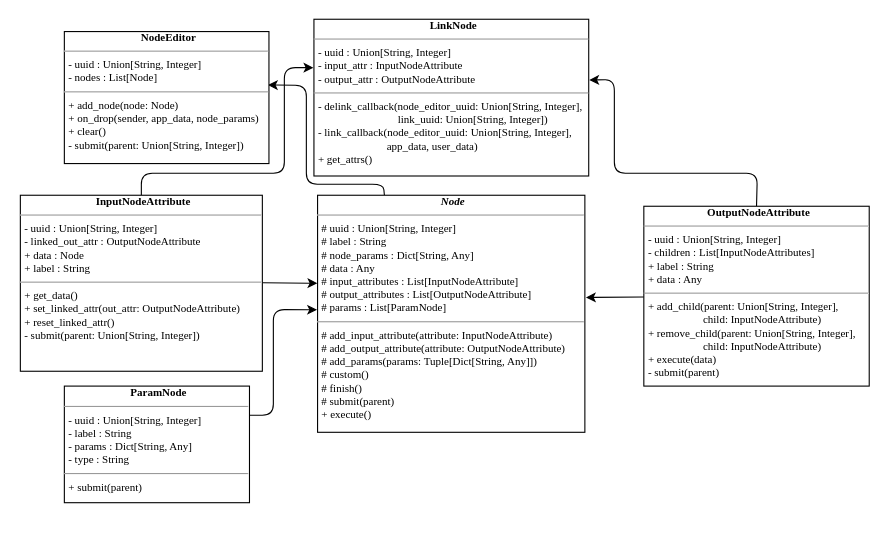
This is page "nodes" (2 of 4) of classes.drawio from Luzinsan/Neural-Network-Constructor, a draw.io file, before an edit. Source tidied: cells renumbered, new cells numbered last; positions are measured from the earlier drawing's top-left corner, leaving out a move shared by most shapes. Both pictures are drawn from the tidied source at 110%, with x=0, y=0 at pixel (20, 19).
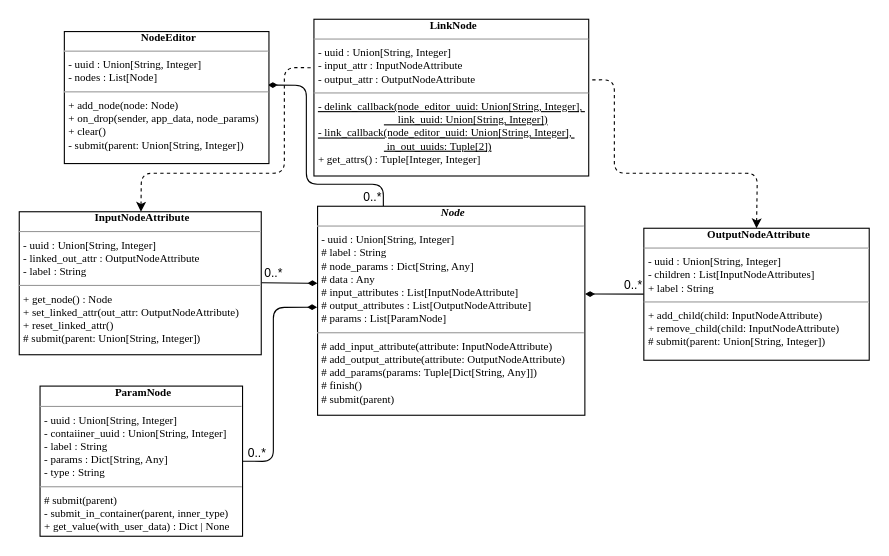
After the change.

The change refers to these unchanged cells:
```xml
<mxCell id="8" value="&lt;p style=&quot;text-align: center; margin: 0px 0px 0px 4px; font-size: 10px; font-family: Times, serif; color: rgb(0, 0, 0);&quot;&gt;&lt;b&gt;NodeEditor&lt;/b&gt;&lt;/p&gt;&lt;hr size=&quot;1&quot;&gt;&lt;p style=&quot;margin:0px;text-align:start;margin-left:4px;;font-size:10.0px;font-family:Times,serif;color:#000000;&quot;&gt;- uuid : Union[String, Integer]&lt;br&gt;&lt;/p&gt;&lt;p style=&quot;margin:0px;text-align:start;margin-left:4px;;font-size:10.0px;font-family:Times,serif;color:#000000;&quot;&gt;- nodes : List[Node]&lt;br&gt;&lt;/p&gt;&lt;hr size=&quot;1&quot;&gt;&lt;p style=&quot;margin:0px;text-align:start;margin-left:4px;;font-size:10.0px;font-family:Times,serif;color:#000000;&quot;&gt;+ add_node(node: Node)&lt;br&gt;+ on_drop(sender, app_data, node_params)&lt;/p&gt;&lt;p style=&quot;margin:0px;text-align:start;margin-left:4px;;font-size:10.0px;font-family:Times,serif;color:#000000;&quot;&gt;+ clear()&lt;br&gt;- submit(parent: Union[String, Integer])&lt;/p&gt;" style="verticalAlign=top;align=left;overflow=fill;html=1;rounded=0;shadow=0;comic=0;labelBackgroundColor=none;strokeColor=black;strokeWidth=1;fillColor=#ffffff;" parent="1" vertex="1">
  <mxGeometry x="40" y="11.2" width="186" height="120" as="geometry" />
</mxCell>
```

What changed in the source:
```diff
@@
-    <mxCell id="2" style="edgeStyle=none;html=1;entryX=0.995;entryY=0.405;entryDx=0;entryDy=0;endArrow=classic;endFill=1;exitX=0.25;exitY=0;exitDx=0;exitDy=0;entryPerimeter=0;" parent="1" edge="1" source="3" target="8">
+    <mxCell id="2" style="edgeStyle=none;html=1;entryX=0.995;entryY=0.405;entryDx=0;entryDy=0;endArrow=diamondThin;endFill=1;entryPerimeter=0;" parent="1" edge="1" target="8">
       <mxGeometry relative="1" as="geometry">
+        <mxPoint x="330" y="170" as="sourcePoint" />
         <Array as="points">
           <mxPoint x="330" y="150" />
           <mxPoint x="260" y="150" />
           <mxPoint x="260" y="60" />
         </Array>
       </mxGeometry>
     </mxCell>
+    <mxCell id="14" value="0..*" style="edgeLabel;html=1;align=center;verticalAlign=middle;" parent="2" vertex="1">
+      <mxGeometry x="-0.92" relative="1" as="geometry">
+        <mxPoint x="-11" as="offset" />
+      </mxGeometry>
+    </mxCell>
-    <mxCell id="3" value="&lt;p style=&quot;text-align: center; margin: 0px 0px 0px 4px; font-size: 10px; font-family: Times, serif; color: rgb(0, 0, 0);&quot;&gt;&lt;b&gt;&lt;i&gt;Node&lt;/i&gt;&lt;/b&gt;&lt;/p&gt;&lt;hr size=&quot;1&quot;&gt;&lt;p style=&quot;margin:0px;text-align:start;margin-left:4px;;font-size:10.0px;font-family:Times,serif;color:#000000;&quot;&gt;# uuid : Union[String, Integer]&lt;br&gt;&lt;/p&gt;&lt;p style=&quot;margin:0px;text-align:start;margin-left:4px;;font-size:10.0px;font-family:Times,serif;color:#000000;&quot;&gt;# label : String&lt;br style=&quot;border-color: var(--border-color);&quot;&gt;# node_params : Dict[String, Any]&lt;br&gt;&lt;/p&gt;&lt;p style=&quot;margin:0px;text-align:start;margin-left:4px;;font-size:10.0px;font-family:Times,serif;color:#000000;&quot;&gt;# data : Any&lt;br&gt;# input_attributes : List[InputNodeAttribute]&lt;br&gt;# output_attributes : List[OutputNodeAttribute]&lt;br&gt;# params : List[ParamNode]&lt;br&gt;&lt;/p&gt;&lt;hr size=&quot;1&quot;&gt;&lt;p style=&quot;margin:0px;text-align:start;margin-left:4px;;font-size:10.0px;font-family:Times,serif;color:#000000;&quot;&gt;# add_input_attribute(attribute: InputNodeAttribute)&lt;br&gt;# add_output_attribute(attribute: OutputNodeAttribute)&lt;br&gt;# add_params(params: Tuple[Dict[String, Any]])&lt;br&gt;# custom()&amp;nbsp;&lt;br&gt;# finish()&amp;nbsp;&amp;nbsp;&lt;br&gt;&lt;/p&gt;&lt;p style=&quot;margin:0px;text-align:start;margin-left:4px;;font-size:10.0px;font-family:Times,serif;color:#000000;&quot;&gt;# submit(parent)&lt;br&gt;&lt;/p&gt;&lt;p style=&quot;margin:0px;text-align:start;margin-left:4px;;font-size:10.0px;font-family:Times,serif;color:#000000;&quot;&gt;+ execute()&amp;nbsp;&lt;br&gt;&lt;/p&gt;" style="verticalAlign=top;align=left;overflow=fill;html=1;rounded=0;shadow=0;comic=0;labelBackgroundColor=none;strokeColor=black;strokeWidth=1;fillColor=#ffffff;" parent="1" vertex="1">
-      <mxGeometry x="270.2" y="160" width="243" height="215.5" as="geometry" />
+    <mxCell id="3" value="&lt;p style=&quot;text-align: center; margin: 0px 0px 0px 4px; font-size: 10px; font-family: Times, serif; color: rgb(0, 0, 0);&quot;&gt;&lt;b&gt;&lt;i&gt;Node&lt;/i&gt;&lt;/b&gt;&lt;/p&gt;&lt;hr size=&quot;1&quot;&gt;&lt;p style=&quot;margin:0px;text-align:start;margin-left:4px;;font-size:10.0px;font-family:Times,serif;color:#000000;&quot;&gt;- uuid : Union[String, Integer]&lt;br&gt;&lt;/p&gt;&lt;p style=&quot;margin:0px;text-align:start;margin-left:4px;;font-size:10.0px;font-family:Times,serif;color:#000000;&quot;&gt;# label : String&lt;br style=&quot;border-color: var(--border-color);&quot;&gt;# node_params : Dict[String, Any]&lt;br&gt;&lt;/p&gt;&lt;p style=&quot;margin:0px;text-align:start;margin-left:4px;;font-size:10.0px;font-family:Times,serif;color:#000000;&quot;&gt;# data : Any&lt;br&gt;# input_attributes : List[InputNodeAttribute]&lt;br&gt;# output_attributes : List[OutputNodeAttribute]&lt;br&gt;# params : List[ParamNode]&lt;br&gt;&lt;/p&gt;&lt;hr size=&quot;1&quot;&gt;&lt;p style=&quot;margin:0px;text-align:start;margin-left:4px;;font-size:10.0px;font-family:Times,serif;color:#000000;&quot;&gt;# add_input_attribute(attribute: InputNodeAttribute)&lt;br&gt;# add_output_attribute(attribute: OutputNodeAttribute)&lt;br&gt;# add_params(params: Tuple[Dict[String, Any]])&amp;nbsp;&lt;br&gt;# finish()&amp;nbsp;&amp;nbsp;&lt;br&gt;&lt;/p&gt;&lt;p style=&quot;margin:0px;text-align:start;margin-left:4px;;font-size:10.0px;font-family:Times,serif;color:#000000;&quot;&gt;# submit(parent)&lt;/p&gt;" style="verticalAlign=top;align=left;overflow=fill;html=1;rounded=0;shadow=0;comic=0;labelBackgroundColor=none;strokeColor=black;strokeWidth=1;fillColor=#ffffff;" parent="1" vertex="1">
+      <mxGeometry x="270.2" y="170" width="243" height="190" as="geometry" />
     </mxCell>
-    <mxCell id="4" style="edgeStyle=none;html=1;endArrow=classic;endFill=1;exitX=1.001;exitY=0.497;exitDx=0;exitDy=0;exitPerimeter=0;" parent="1" edge="1" source="6">
+    <mxCell id="4" style="edgeStyle=none;html=1;endArrow=diamondThin;endFill=1;exitX=1.001;exitY=0.497;exitDx=0;exitDy=0;exitPerimeter=0;" parent="1" edge="1" source="6">
       <mxGeometry relative="1" as="geometry">
         <mxPoint x="270" y="240" as="targetPoint" />
       </mxGeometry>
     </mxCell>
+    <mxCell id="15" value="0..*" style="edgeLabel;html=1;align=center;verticalAlign=middle;" parent="4" vertex="1">
+      <mxGeometry x="-0.68" y="1" relative="1" as="geometry">
+        <mxPoint x="2" y="-8" as="offset" />
+      </mxGeometry>
+    </mxCell>
-    <mxCell id="5" style="edgeStyle=none;html=1;entryX=-0.002;entryY=0.309;entryDx=0;entryDy=0;endArrow=classic;endFill=1;entryPerimeter=0;" parent="1" edge="1" source="6" target="7">
+    <mxCell id="5" style="edgeStyle=none;html=1;entryX=-0.002;entryY=0.309;entryDx=0;entryDy=0;endArrow=none;endFill=0;entryPerimeter=0;startArrow=classic;startFill=1;dashed=1;" parent="1" edge="1" source="6" target="7">
       <mxGeometry relative="1" as="geometry">
         <Array as="points">
           <mxPoint x="110" y="140" />
           <mxPoint x="240" y="140" />
           <mxPoint x="240" y="44" />
         </Array>
       </mxGeometry>
     </mxCell>
-    <mxCell id="6" value="&lt;p style=&quot;text-align: center; margin: 0px 0px 0px 4px; font-size: 10px; font-family: Times, serif; color: rgb(0, 0, 0);&quot;&gt;&lt;b&gt;InputNodeAttribute&lt;/b&gt;&lt;/p&gt;&lt;hr size=&quot;1&quot;&gt;&lt;p style=&quot;margin:0px;text-align:start;margin-left:4px;;font-size:10.0px;font-family:Times,serif;color:#000000;&quot;&gt;- uuid : Union[String, Integer]&lt;br&gt;&lt;/p&gt;&lt;p style=&quot;margin:0px;text-align:start;margin-left:4px;;font-size:10.0px;font-family:Times,serif;color:#000000;&quot;&gt;- linked_out_attr : OutputNodeAttribute&lt;br&gt;&lt;/p&gt;&lt;p style=&quot;margin:0px;text-align:start;margin-left:4px;;font-size:10.0px;font-family:Times,serif;color:#000000;&quot;&gt;+ data : Node&lt;br&gt;+ label : String&lt;br&gt;&lt;/p&gt;&lt;hr size=&quot;1&quot;&gt;&lt;p style=&quot;margin:0px;text-align:start;margin-left:4px;;font-size:10.0px;font-family:Times,serif;color:#000000;&quot;&gt;+ get_data()&lt;/p&gt;&lt;p style=&quot;margin:0px;text-align:start;margin-left:4px;;font-size:10.0px;font-family:Times,serif;color:#000000;&quot;&gt;+ set_linked_attr(out_attr: OutputNodeAttribute)&lt;br&gt;+ reset_linked_attr()&lt;br&gt;- submit(parent: Union[String, Integer])&lt;/p&gt;" style="verticalAlign=top;align=left;overflow=fill;html=1;rounded=0;shadow=0;comic=0;labelBackgroundColor=none;strokeColor=black;strokeWidth=1;fillColor=#ffffff;" parent="1" vertex="1">
-      <mxGeometry y="160" width="220" height="160" as="geometry" />
+    <mxCell id="6" value="&lt;p style=&quot;text-align: center; margin: 0px 0px 0px 4px; font-size: 10px; font-family: Times, serif; color: rgb(0, 0, 0);&quot;&gt;&lt;b&gt;InputNodeAttribute&lt;/b&gt;&lt;/p&gt;&lt;hr size=&quot;1&quot;&gt;&lt;p style=&quot;margin:0px;text-align:start;margin-left:4px;;font-size:10.0px;font-family:Times,serif;color:#000000;&quot;&gt;- uuid : Union[String, Integer]&lt;br&gt;&lt;/p&gt;&lt;p style=&quot;margin:0px;text-align:start;margin-left:4px;;font-size:10.0px;font-family:Times,serif;color:#000000;&quot;&gt;- linked_out_attr : OutputNodeAttribute&lt;/p&gt;&lt;p style=&quot;margin:0px;text-align:start;margin-left:4px;;font-size:10.0px;font-family:Times,serif;color:#000000;&quot;&gt;- label : String&lt;br&gt;&lt;/p&gt;&lt;hr size=&quot;1&quot;&gt;&lt;p style=&quot;margin:0px;text-align:start;margin-left:4px;;font-size:10.0px;font-family:Times,serif;color:#000000;&quot;&gt;+ get_node() : Node&lt;/p&gt;&lt;p style=&quot;margin:0px;text-align:start;margin-left:4px;;font-size:10.0px;font-family:Times,serif;color:#000000;&quot;&gt;+ set_linked_attr(out_attr: OutputNodeAttribute)&lt;br&gt;+ reset_linked_attr()&lt;br&gt;# submit(parent: Union[String, Integer])&lt;/p&gt;" style="verticalAlign=top;align=left;overflow=fill;html=1;rounded=0;shadow=0;comic=0;labelBackgroundColor=none;strokeColor=black;strokeWidth=1;fillColor=#ffffff;" parent="1" vertex="1">
+      <mxGeometry x="-1" y="175" width="220" height="130" as="geometry" />
     </mxCell>
-    <mxCell id="7" value="&lt;p style=&quot;text-align: center; margin: 0px 0px 0px 4px; font-size: 10px; font-family: Times, serif; color: rgb(0, 0, 0);&quot;&gt;&lt;b&gt;LinkNode&lt;/b&gt;&lt;/p&gt;&lt;hr size=&quot;1&quot;&gt;&lt;p style=&quot;margin:0px;text-align:start;margin-left:4px;;font-size:10.0px;font-family:Times,serif;color:#000000;&quot;&gt;- uuid : Union[String, Integer]&lt;br&gt;&lt;/p&gt;&lt;p style=&quot;margin:0px;text-align:start;margin-left:4px;;font-size:10.0px;font-family:Times,serif;color:#000000;&quot;&gt;- input_attr : InputNodeAttribute&lt;br&gt;- output_attr : OutputNodeAttribute&lt;br&gt;&lt;/p&gt;&lt;hr size=&quot;1&quot;&gt;&lt;p style=&quot;margin:0px;text-align:start;margin-left:4px;;font-size:10.0px;font-family:Times,serif;color:#000000;&quot;&gt;- delink_callback(node_editor_uuid: Union[String, Integer],&amp;nbsp;&lt;/p&gt;&lt;p style=&quot;margin:0px;text-align:start;margin-left:4px;;font-size:10.0px;font-family:Times,serif;color:#000000;&quot;&gt;&lt;span style=&quot;white-space: pre;&quot;&gt;&#9;&lt;/span&gt;&lt;span style=&quot;white-space: pre;&quot;&gt;&#9;&lt;/span&gt;&lt;span style=&quot;white-space: pre;&quot;&gt;&#9;&lt;/span&gt;&amp;nbsp; &amp;nbsp; &amp;nbsp;link_uuid: Union[String, Integer])&lt;br&gt;- link_callback(node_editor_uuid: Union[String, Integer],&amp;nbsp;&lt;/p&gt;&lt;p style=&quot;margin:0px;text-align:start;margin-left:4px;;font-size:10.0px;font-family:Times,serif;color:#000000;&quot;&gt;&lt;span style=&quot;white-space: pre;&quot;&gt;&#9;&lt;/span&gt;&lt;span style=&quot;white-space: pre;&quot;&gt;&#9;&lt;/span&gt;&lt;span style=&quot;white-space: pre;&quot;&gt;&#9;&lt;/span&gt;&amp;nbsp;app_data, user_data)&lt;br&gt;+ get_attrs()&lt;/p&gt;" style="verticalAlign=top;align=left;overflow=fill;html=1;rounded=0;shadow=0;comic=0;labelBackgroundColor=none;strokeColor=black;strokeWidth=1;fillColor=#ffffff;" parent="1" vertex="1">
+    <mxCell id="7" value="&lt;p style=&quot;text-align: center; margin: 0px 0px 0px 4px; font-size: 10px; font-family: Times, serif; color: rgb(0, 0, 0);&quot;&gt;&lt;b&gt;LinkNode&lt;/b&gt;&lt;/p&gt;&lt;hr size=&quot;1&quot;&gt;&lt;p style=&quot;margin:0px;text-align:start;margin-left:4px;;font-size:10.0px;font-family:Times,serif;color:#000000;&quot;&gt;- uuid : Union[String, Integer]&lt;br&gt;&lt;/p&gt;&lt;p style=&quot;margin:0px;text-align:start;margin-left:4px;;font-size:10.0px;font-family:Times,serif;color:#000000;&quot;&gt;- input_attr : InputNodeAttribute&lt;br&gt;- output_attr : OutputNodeAttribute&lt;br&gt;&lt;/p&gt;&lt;hr size=&quot;1&quot;&gt;&lt;p style=&quot;margin:0px;text-align:start;margin-left:4px;;font-size:10.0px;font-family:Times,serif;color:#000000;&quot;&gt;&lt;u&gt;- delink_callback(node_editor_uuid: Union[String, Integer],&amp;nbsp;&lt;/u&gt;&lt;/p&gt;&lt;p style=&quot;margin:0px;text-align:start;margin-left:4px;;font-size:10.0px;font-family:Times,serif;color:#000000;&quot;&gt;&lt;u&gt;&lt;span style=&quot;white-space: pre;&quot;&gt;&#9;&lt;/span&gt;&lt;span style=&quot;white-space: pre;&quot;&gt;&#9;&lt;/span&gt;&lt;span style=&quot;white-space: pre;&quot;&gt;&#9;&lt;/span&gt;&amp;nbsp; &amp;nbsp; &amp;nbsp;link_uuid: Union[String, Integer])&lt;br&gt;- link_callback(node_editor_uuid: Union[String, Integer],&amp;nbsp;&lt;/u&gt;&lt;/p&gt;&lt;p style=&quot;margin:0px;text-align:start;margin-left:4px;;font-size:10.0px;font-family:Times,serif;color:#000000;&quot;&gt;&lt;u&gt;&lt;span style=&quot;white-space: pre;&quot;&gt;&#9;&lt;/span&gt;&lt;span style=&quot;white-space: pre;&quot;&gt;&#9;&lt;/span&gt;&lt;span style=&quot;white-space: pre;&quot;&gt;&#9;&lt;/span&gt;&amp;nbsp;in_out_uuids: Tuple[2])&lt;/u&gt;&lt;br&gt;+ get_attrs() : Tuple[Integer, Integer]&lt;/p&gt;" style="verticalAlign=top;align=left;overflow=fill;html=1;rounded=0;shadow=0;comic=0;labelBackgroundColor=none;strokeColor=black;strokeWidth=1;fillColor=#ffffff;" parent="1" vertex="1">
       <mxGeometry x="266.9" width="249.8" height="142.5" as="geometry" />
     </mxCell>
@@
-    <mxCell id="9" style="edgeStyle=none;html=1;entryX=1.004;entryY=0.431;entryDx=0;entryDy=0;entryPerimeter=0;endArrow=classic;endFill=1;" parent="1" edge="1" source="11" target="3">
+    <mxCell id="9" style="edgeStyle=none;html=1;entryX=1.001;entryY=0.42;entryDx=0;entryDy=0;entryPerimeter=0;endArrow=diamondThin;endFill=1;" parent="1" edge="1" source="11" target="3">
       <mxGeometry relative="1" as="geometry" />
     </mxCell>
+    <mxCell id="16" value="0..*" style="edgeLabel;html=1;align=center;verticalAlign=middle;" parent="9" vertex="1">
+      <mxGeometry x="-0.7" y="-1" relative="1" as="geometry">
+        <mxPoint x="-2" y="-7" as="offset" />
+      </mxGeometry>
+    </mxCell>
-    <mxCell id="10" style="edgeStyle=none;html=1;entryX=1.002;entryY=0.387;entryDx=0;entryDy=0;endArrow=classic;endFill=1;exitX=0.5;exitY=0;exitDx=0;exitDy=0;entryPerimeter=0;" parent="1" edge="1" source="11" target="7">
+    <mxCell id="10" style="edgeStyle=none;html=1;entryX=1.002;entryY=0.387;entryDx=0;entryDy=0;endArrow=none;endFill=0;exitX=0.5;exitY=0;exitDx=0;exitDy=0;entryPerimeter=0;startArrow=classic;startFill=1;dashed=1;" parent="1" edge="1" source="11" target="7">
       <mxGeometry relative="1" as="geometry">
         <Array as="points">
           <mxPoint x="670" y="140" />
           <mxPoint x="540" y="140" />
           <mxPoint x="540" y="55" />
         </Array>
       </mxGeometry>
     </mxCell>
-    <mxCell id="11" value="&lt;p style=&quot;text-align: center; margin: 0px 0px 0px 4px; font-size: 10px; font-family: Times, serif; color: rgb(0, 0, 0);&quot;&gt;&lt;b&gt;OutputNodeAttribute&lt;/b&gt;&lt;/p&gt;&lt;hr size=&quot;1&quot;&gt;&lt;p style=&quot;margin:0px;text-align:start;margin-left:4px;;font-size:10.0px;font-family:Times,serif;color:#000000;&quot;&gt;- uuid : Union[String, Integer]&lt;br&gt;&lt;/p&gt;&lt;p style=&quot;margin:0px;text-align:start;margin-left:4px;;font-size:10.0px;font-family:Times,serif;color:#000000;&quot;&gt;- children : List[InputNodeAttributes]&lt;br&gt;+ label : String&lt;br&gt;&lt;/p&gt;&lt;p style=&quot;margin:0px;text-align:start;margin-left:4px;;font-size:10.0px;font-family:Times,serif;color:#000000;&quot;&gt;+ data : Any&lt;br&gt;&lt;/p&gt;&lt;hr size=&quot;1&quot;&gt;&lt;p style=&quot;margin:0px;text-align:start;margin-left:4px;;font-size:10.0px;font-family:Times,serif;color:#000000;&quot;&gt;+ add_child(parent: Union[String, Integer],&amp;nbsp;&lt;/p&gt;&lt;p style=&quot;margin:0px;text-align:start;margin-left:4px;;font-size:10.0px;font-family:Times,serif;color:#000000;&quot;&gt;&lt;span style=&quot;white-space: pre;&quot;&gt;&#9;&lt;/span&gt;&lt;span style=&quot;white-space: pre;&quot;&gt;&#9;&lt;/span&gt;&amp;nbsp; &amp;nbsp; child: InputNodeAttribute)&lt;br&gt;+ remove_child(parent: Union[String, Integer],&amp;nbsp;&lt;/p&gt;&lt;p style=&quot;margin:0px;text-align:start;margin-left:4px;;font-size:10.0px;font-family:Times,serif;color:#000000;&quot;&gt;&lt;span style=&quot;white-space: pre;&quot;&gt;&#9;&lt;/span&gt;&lt;span style=&quot;white-space: pre;&quot;&gt;&#9;&lt;/span&gt;&amp;nbsp; &amp;nbsp; child: InputNodeAttribute)&lt;br&gt;&lt;/p&gt;&lt;p style=&quot;margin:0px;text-align:start;margin-left:4px;;font-size:10.0px;font-family:Times,serif;color:#000000;&quot;&gt;+ execute(data)&lt;br&gt;- submit(parent)&lt;br&gt;&lt;/p&gt;" style="verticalAlign=top;align=left;overflow=fill;html=1;rounded=0;shadow=0;comic=0;labelBackgroundColor=none;strokeColor=black;strokeWidth=1;fillColor=#ffffff;" parent="1" vertex="1">
-      <mxGeometry x="566.8" y="170" width="204.9" height="163.5" as="geometry" />
+    <mxCell id="11" value="&lt;p style=&quot;text-align: center; margin: 0px 0px 0px 4px; font-size: 10px; font-family: Times, serif; color: rgb(0, 0, 0);&quot;&gt;&lt;b&gt;OutputNodeAttribute&lt;/b&gt;&lt;/p&gt;&lt;hr size=&quot;1&quot;&gt;&lt;p style=&quot;margin:0px;text-align:start;margin-left:4px;;font-size:10.0px;font-family:Times,serif;color:#000000;&quot;&gt;- uuid : Union[String, Integer]&lt;br&gt;&lt;/p&gt;&lt;p style=&quot;margin:0px;text-align:start;margin-left:4px;;font-size:10.0px;font-family:Times,serif;color:#000000;&quot;&gt;- children : List[InputNodeAttributes]&lt;br&gt;+ label : String&lt;/p&gt;&lt;hr size=&quot;1&quot;&gt;&lt;p style=&quot;margin:0px;text-align:start;margin-left:4px;;font-size:10.0px;font-family:Times,serif;color:#000000;&quot;&gt;+ add_child(&lt;span style=&quot;background-color: initial;&quot;&gt;child: InputNodeAttribute)&lt;/span&gt;&lt;/p&gt;&lt;p style=&quot;margin:0px;text-align:start;margin-left:4px;;font-size:10.0px;font-family:Times,serif;color:#000000;&quot;&gt;+ remove_child(&lt;span style=&quot;background-color: initial;&quot;&gt;child: InputNodeAttribute)&lt;/span&gt;&lt;/p&gt;&lt;p style=&quot;margin:0px;text-align:start;margin-left:4px;;font-size:10.0px;font-family:Times,serif;color:#000000;&quot;&gt;# submit(parent: Union[String, Integer])&lt;/p&gt;" style="verticalAlign=top;align=left;overflow=fill;html=1;rounded=0;shadow=0;comic=0;labelBackgroundColor=none;strokeColor=black;strokeWidth=1;fillColor=#ffffff;" parent="1" vertex="1">
+      <mxGeometry x="566.8" y="190" width="204.9" height="120" as="geometry" />
     </mxCell>
-    <mxCell id="12" style="edgeStyle=none;html=1;entryX=-0.002;entryY=0.483;entryDx=0;entryDy=0;endArrow=classic;endFill=1;exitX=1;exitY=0.25;exitDx=0;exitDy=0;entryPerimeter=0;" parent="1" edge="1" source="13" target="3">
+    <mxCell id="12" style="edgeStyle=none;html=1;entryX=-0.002;entryY=0.483;entryDx=0;entryDy=0;endArrow=diamondThin;endFill=1;exitX=1;exitY=0.5;exitDx=0;exitDy=0;entryPerimeter=0;" parent="1" edge="1" source="13" target="3">
       <mxGeometry relative="1" as="geometry">
         <Array as="points">
-          <mxPoint x="230" y="360" />
-          <mxPoint x="230" y="264" />
+          <mxPoint x="230" y="402" />
+          <mxPoint x="230" y="262" />
         </Array>
       </mxGeometry>
     </mxCell>
+    <mxCell id="17" value="0..*" style="edgeLabel;html=1;align=center;verticalAlign=middle;" parent="12" vertex="1">
+      <mxGeometry x="-0.92" y="1" relative="1" as="geometry">
+        <mxPoint x="4" y="-7" as="offset" />
+      </mxGeometry>
+    </mxCell>
-    <mxCell id="13" value="&lt;p style=&quot;text-align: center; margin: 0px 0px 0px 4px; font-size: 10px; font-family: Times, serif; color: rgb(0, 0, 0);&quot;&gt;&lt;b&gt;ParamNode&lt;/b&gt;&lt;/p&gt;&lt;hr size=&quot;1&quot;&gt;&lt;p style=&quot;margin:0px;text-align:start;margin-left:4px;;font-size:10.0px;font-family:Times,serif;color:#000000;&quot;&gt;- uuid : Union[String, Integer]&lt;br&gt;&lt;/p&gt;&lt;p style=&quot;margin:0px;text-align:start;margin-left:4px;;font-size:10.0px;font-family:Times,serif;color:#000000;&quot;&gt;- label : String&lt;br&gt;- params : Dict[String, Any]&lt;br&gt;- type : String&lt;br&gt;&lt;/p&gt;&lt;hr size=&quot;1&quot;&gt;&lt;p style=&quot;margin:0px;text-align:start;margin-left:4px;;font-size:10.0px;font-family:Times,serif;color:#000000;&quot;&gt;+ submit(parent)&lt;/p&gt;" style="verticalAlign=top;align=left;overflow=fill;html=1;rounded=0;shadow=0;comic=0;labelBackgroundColor=none;strokeColor=black;strokeWidth=1;fillColor=#ffffff;" parent="1" vertex="1">
-      <mxGeometry x="40" y="333.5" width="168.3" height="106" as="geometry" />
+    <mxCell id="13" value="&lt;p style=&quot;text-align: center; margin: 0px 0px 0px 4px; font-size: 10px; font-family: Times, serif; color: rgb(0, 0, 0);&quot;&gt;&lt;b&gt;ParamNode&lt;/b&gt;&lt;/p&gt;&lt;hr size=&quot;1&quot;&gt;&lt;p style=&quot;margin:0px;text-align:start;margin-left:4px;;font-size:10.0px;font-family:Times,serif;color:#000000;&quot;&gt;- uuid : Union[String, Integer]&lt;br&gt;&lt;/p&gt;&lt;p style=&quot;margin:0px;text-align:start;margin-left:4px;;font-size:10.0px;font-family:Times,serif;color:#000000;&quot;&gt;- contaiiner_uuid : Union[String, Integer]&lt;/p&gt;&lt;p style=&quot;margin:0px;text-align:start;margin-left:4px;;font-size:10.0px;font-family:Times,serif;color:#000000;&quot;&gt;- label : String&lt;br&gt;- params : Dict[String, Any]&lt;br&gt;- type : String&lt;br&gt;&lt;/p&gt;&lt;hr size=&quot;1&quot;&gt;&lt;p style=&quot;margin:0px;text-align:start;margin-left:4px;;font-size:10.0px;font-family:Times,serif;color:#000000;&quot;&gt;# submit(parent)&lt;/p&gt;&lt;p style=&quot;margin:0px;text-align:start;margin-left:4px;;font-size:10.0px;font-family:Times,serif;color:#000000;&quot;&gt;- submit_in_container(parent, inner_type)&lt;/p&gt;&lt;p style=&quot;margin:0px;text-align:start;margin-left:4px;;font-size:10.0px;font-family:Times,serif;color:#000000;&quot;&gt;+ get_value(with_user_data) : Dict | None&lt;/p&gt;" style="verticalAlign=top;align=left;overflow=fill;html=1;rounded=0;shadow=0;comic=0;labelBackgroundColor=none;strokeColor=black;strokeWidth=1;fillColor=#ffffff;" parent="1" vertex="1">
+      <mxGeometry x="17.9" y="333.5" width="184.1" height="136.5" as="geometry" />
     </mxCell>
```
